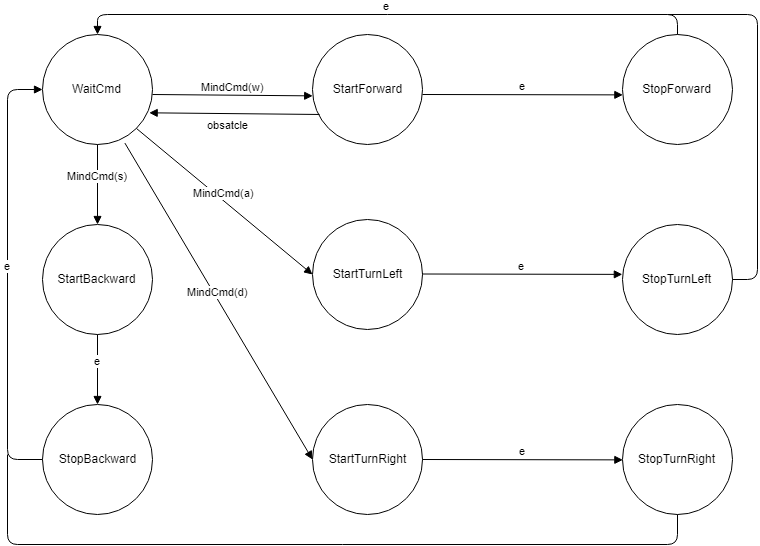
The draw.io diagram Docs/sprint2/MovementHandlerBehaviour.png in xAlessandroC/iss2019TemaFinale, before a commit. Source tidied: cells renumbered, new cells last; positions are measured from the earlier drawing's top-left corner, leaving out a move shared by most shapes.
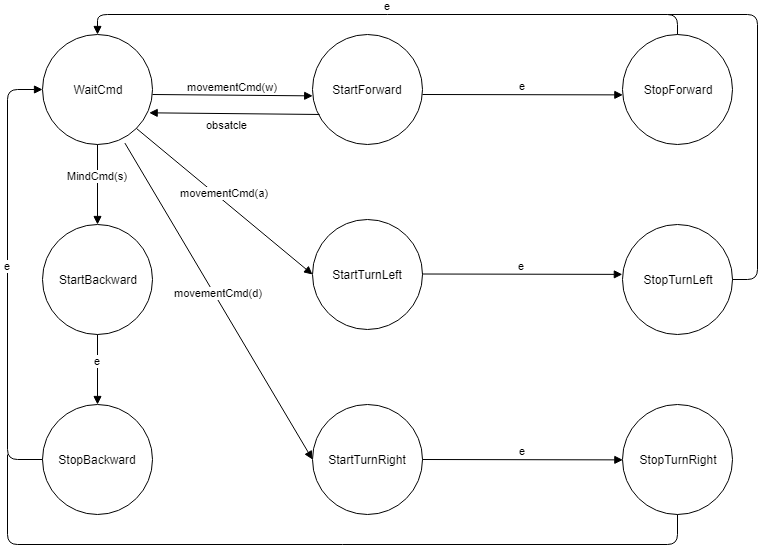
Above is the later version.

What changed in the source:
```diff
@@ -11,7 +11,7 @@
     <mxCell id="4" value="StopForward" style="ellipse;whiteSpace=wrap;html=1;" parent="1" vertex="1">
       <mxGeometry x="615" y="20" width="110" height="110" as="geometry" />
     </mxCell>
-    <mxCell id="5" value="MindCmd(w)" style="html=1;verticalAlign=bottom;endArrow=block;entryX=0.002;entryY=0.558;entryDx=0;entryDy=0;entryPerimeter=0;" parent="1" edge="1" target="3">
+    <mxCell id="5" value="movementCmd(w)" style="html=1;verticalAlign=bottom;endArrow=block;entryX=0.002;entryY=0.558;entryDx=0;entryDy=0;entryPerimeter=0;" parent="1" edge="1" target="3">
       <mxGeometry relative="1" as="geometry">
         <mxPoint x="145" y="80" as="sourcePoint" />
       </mxGeometry>
@@ -64,10 +64,10 @@
     <mxCell id="17" value="StopTurnRight" style="ellipse;whiteSpace=wrap;html=1;" parent="1" vertex="1">
       <mxGeometry x="615" y="390" width="110" height="110" as="geometry" />
     </mxCell>
-    <mxCell id="18" value="MindCmd(a)" style="html=1;verticalAlign=bottom;endArrow=block;exitX=1;exitY=1;exitDx=0;exitDy=0;entryX=0;entryY=0.5;entryDx=0;entryDy=0;" parent="1" edge="1" source="2" target="14">
+    <mxCell id="18" value="movementCmd(a)" style="html=1;verticalAlign=bottom;endArrow=block;exitX=1;exitY=1;exitDx=0;exitDy=0;entryX=0;entryY=0.5;entryDx=0;entryDy=0;" parent="1" edge="1" source="2" target="14">
       <mxGeometry relative="1" as="geometry" />
     </mxCell>
-    <mxCell id="19" value="MindCmd(d)" style="html=1;verticalAlign=bottom;endArrow=block;exitX=0.749;exitY=0.987;exitDx=0;exitDy=0;entryX=0;entryY=0.5;entryDx=0;entryDy=0;exitPerimeter=0;" parent="1" edge="1" source="2" target="16">
+    <mxCell id="19" value="movementCmd(d)" style="html=1;verticalAlign=bottom;endArrow=block;exitX=0.749;exitY=0.987;exitDx=0;exitDy=0;entryX=0;entryY=0.5;entryDx=0;entryDy=0;exitPerimeter=0;" parent="1" edge="1" source="2" target="16">
       <mxGeometry relative="1" as="geometry" />
     </mxCell>
     <mxCell id="20" value="e" style="html=1;verticalAlign=bottom;endArrow=block;entryX=0.003;entryY=0.549;entryDx=0;entryDy=0;entryPerimeter=0;" parent="1" edge="1">
```
